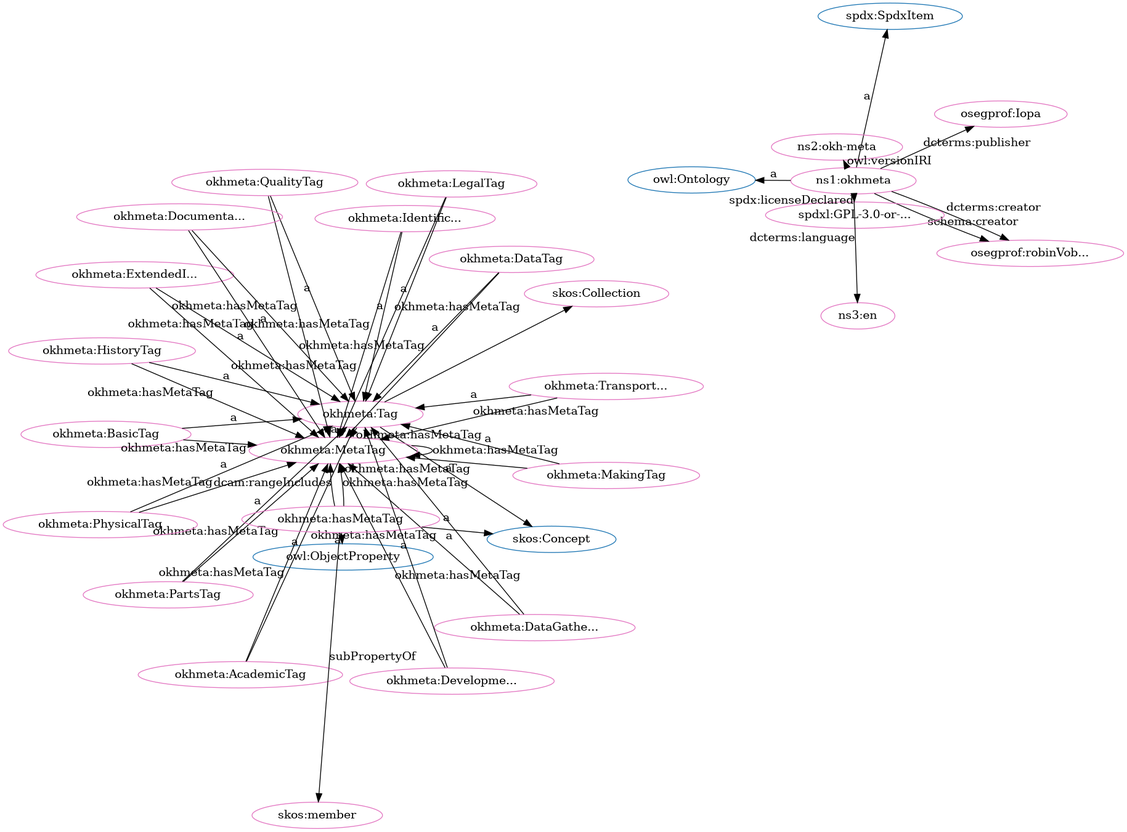
Above: src/spec/fdp_okh-meta.png in iop-alliance/OpenKnowHow (Graphviz), before the change. Its source is kept beside it as src/spec/fdp_okh-meta.dot.
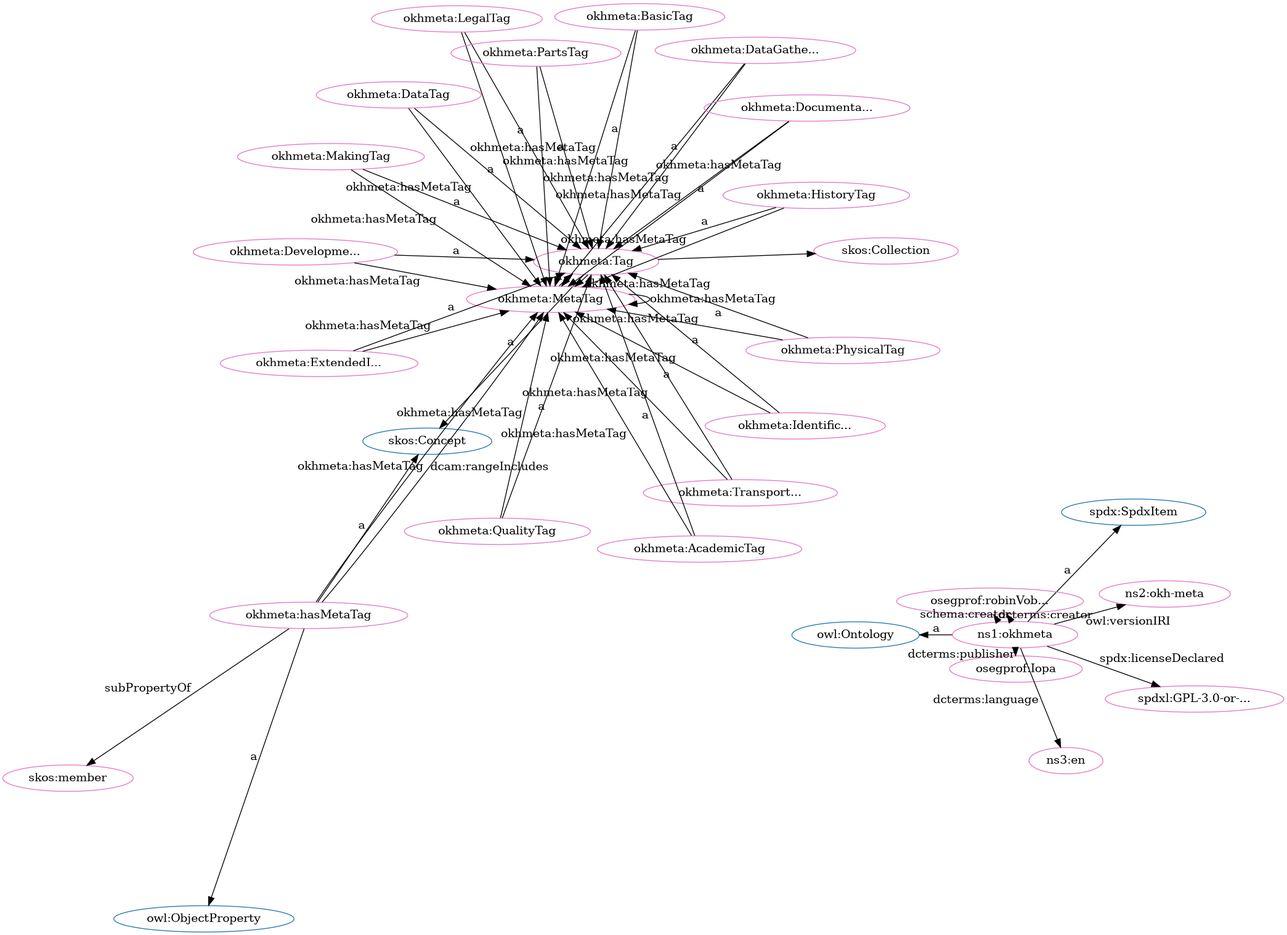
The same file after the commit.

Diff of the diagram source:
```diff
@@ -1,84 +1,84 @@
 digraph G {
   rankdir=BT
   node[height=.3]
-"http://w3id.org/oseg/ont/okhmeta#Tag" [fillcolor="#1f77b4" color="#1f77b4" label="okhmeta:Tag"]
+"http://www.w3.org/2004/02/skos/core#Collection" [fillcolor="#1f77b4" color="#1f77b4" label="skos:Collection"]
+"http://www.w3.org/2004/02/skos/core#Concept" [fillcolor="#1f77b4" color="#1f77b4" label="skos:Concept"]
 "http://www.w3.org/2002/07/owl#Ontology" [fillcolor="#1f77b4" color="#1f77b4" label="owl:Ontology"]
 "http://spdx.org/rdf/terms#SpdxItem" [fillcolor="#1f77b4" color="#1f77b4" label="spdx:SpdxItem"]
-"http://www.w3.org/2004/02/skos/core#Concept" [fillcolor="#1f77b4" color="#1f77b4" label="skos:Concept"]
 "http://www.w3.org/2002/07/owl#ObjectProperty" [fillcolor="#1f77b4" color="#1f77b4" label="owl:ObjectProperty"]
-"http://www.w3.org/2004/02/skos/core#Collection" [fillcolor="#1f77b4" color="#1f77b4" label="skos:Collection"]
-"http://w3id.org/oseg/ont/okhmeta#DataTag" [fillcolor="#e377c2" color="#e377c2" label="okhmeta:DataTag"]
+"http://w3id.org/oseg/ont/okhmeta#Tag" [fillcolor="#1f77b4" color="#1f77b4" label="okhmeta:Tag"]
+"http://w3id.org/oseg/ont/okhmeta#HistoryTag" [fillcolor="#e377c2" color="#e377c2" label="okhmeta:HistoryTag"]
+"http://w3id.org/oseg/ont/okhmeta#TransportationTag" [fillcolor="#e377c2" color="#e377c2" label="okhmeta:Transport..."]
+"http://w3id.org/oseg/ont/okhmeta#MakingTag" [fillcolor="#e377c2" color="#e377c2" label="okhmeta:MakingTag"]
 "http://w3id.org/oseg/ont/okhmeta#MetaTag" [fillcolor="#e377c2" color="#e377c2" label="okhmeta:MetaTag"]
 "http://w3id.org/oseg/ont/okhmeta" [fillcolor="#e377c2" color="#e377c2" label="ns1:okhmeta"]
-"http://w3id.org/oseg/ont/okhmeta#HistoryTag" [fillcolor="#e377c2" color="#e377c2" label="okhmeta:HistoryTag"]
+"http://w3id.org/oseg/ont/okhmeta#ExtendedInfoTag" [fillcolor="#e377c2" color="#e377c2" label="okhmeta:ExtendedI..."]
+"http://w3id.org/oseg/ont/okhmeta#AcademicTag" [fillcolor="#e377c2" color="#e377c2" label="okhmeta:AcademicTag"]
+"http://w3id.org/oseg/ont/okhmeta#QualityTag" [fillcolor="#e377c2" color="#e377c2" label="okhmeta:QualityTag"]
+"http://w3id.org/oseg/ont/okhmeta#DataTag" [fillcolor="#e377c2" color="#e377c2" label="okhmeta:DataTag"]
+"http://w3id.org/oseg/ont/oseg-profiles#robinVobruba" [fillcolor="#e377c2" color="#e377c2" label="osegprof:robinVob..."]
+"http://w3id.org/oseg/ont/okhmeta#PhysicalTag" [fillcolor="#e377c2" color="#e377c2" label="okhmeta:PhysicalTag"]
+"http://w3id.org/oseg/ont/okhmeta#DevelopmentTag" [fillcolor="#e377c2" color="#e377c2" label="okhmeta:Developme..."]
+"http://w3id.org/oseg/ont/okhmeta#LegalTag" [fillcolor="#e377c2" color="#e377c2" label="okhmeta:LegalTag"]
 "http://w3id.org/oseg/ont/okhmeta#DataGatheringTag" [fillcolor="#e377c2" color="#e377c2" label="okhmeta:DataGathe..."]
-"http://w3id.org/oseg/ont/okhmeta#PartsTag" [fillcolor="#e377c2" color="#e377c2" label="okhmeta:PartsTag"]
-"http://w3id.org/oseg/ont/okhmeta#AcademicTag" [fillcolor="#e377c2" color="#e377c2" label="okhmeta:AcademicTag"]
-"http://w3id.org/oseg/ont/okhmeta#hasMetaTag" [fillcolor="#e377c2" color="#e377c2" label="okhmeta:hasMetaTag"]
-"http://w3id.org/oseg/ont/okhmeta#QualityTag" [fillcolor="#e377c2" color="#e377c2" label="okhmeta:QualityTag"]
-"http://w3id.org/oseg/ont/1.1.0/okh-meta" [fillcolor="#e377c2" color="#e377c2" label="ns2:okh-meta"]
-"http://w3id.org/oseg/ont/okhmeta#DevelopmentTag" [fillcolor="#e377c2" color="#e377c2" label="okhmeta:Developme..."]
 "http://w3id.org/oseg/ont/okhmeta#Tag" [fillcolor="#e377c2" color="#e377c2" label="okhmeta:Tag"]
-"http://w3id.org/oseg/ont/oseg-profiles#robinVobruba" [fillcolor="#e377c2" color="#e377c2" label="osegprof:robinVob..."]
 "http://www.w3.org/2004/02/skos/core#Collection" [fillcolor="#e377c2" color="#e377c2" label="skos:Collection"]
 "http://w3id.org/oseg/ont/okhmeta#IdentificationTag" [fillcolor="#e377c2" color="#e377c2" label="okhmeta:Identific..."]
+"http://spdx.org/licenses/GPL-3.0-or-later" [fillcolor="#e377c2" color="#e377c2" label="spdxl:GPL-3.0-or-..."]
+"http://w3id.org/oseg/ont/okhmeta#DocumentationTag" [fillcolor="#e377c2" color="#e377c2" label="okhmeta:Documenta..."]
+"http://w3id.org/oseg/ont/1.1.0/okh-meta" [fillcolor="#e377c2" color="#e377c2" label="ns2:okh-meta"]
+"http://w3id.org/oseg/ont/okhmeta#hasMetaTag" [fillcolor="#e377c2" color="#e377c2" label="okhmeta:hasMetaTag"]
 "http://w3id.org/oseg/ont/okhmeta#BasicTag" [fillcolor="#e377c2" color="#e377c2" label="okhmeta:BasicTag"]
-"http://w3id.org/oseg/ont/okhmeta#MakingTag" [fillcolor="#e377c2" color="#e377c2" label="okhmeta:MakingTag"]
 "http://w3id.org/oseg/ont/oseg-profiles#Iopa" [fillcolor="#e377c2" color="#e377c2" label="osegprof:Iopa"]
-"http://w3id.org/oseg/ont/okhmeta#TransportationTag" [fillcolor="#e377c2" color="#e377c2" label="okhmeta:Transport..."]
+"http://id.loc.gov/vocabulary/iso639-1/en" [fillcolor="#e377c2" color="#e377c2" label="ns3:en"]
 "http://www.w3.org/2004/02/skos/core#member" [fillcolor="#e377c2" color="#e377c2" label="skos:member"]
-"http://spdx.org/licenses/GPL-3.0-or-later" [fillcolor="#e377c2" color="#e377c2" label="spdxl:GPL-3.0-or-..."]
-"http://w3id.org/oseg/ont/okhmeta#PhysicalTag" [fillcolor="#e377c2" color="#e377c2" label="okhmeta:PhysicalTag"]
-"http://w3id.org/oseg/ont/okhmeta#ExtendedInfoTag" [fillcolor="#e377c2" color="#e377c2" label="okhmeta:ExtendedI..."]
-"http://w3id.org/oseg/ont/okhmeta#LegalTag" [fillcolor="#e377c2" color="#e377c2" label="okhmeta:LegalTag"]
-"http://w3id.org/oseg/ont/okhmeta#DocumentationTag" [fillcolor="#e377c2" color="#e377c2" label="okhmeta:Documenta..."]
-"http://id.loc.gov/vocabulary/iso639-1/en" [fillcolor="#e377c2" color="#e377c2" label="ns3:en"]
+"http://w3id.org/oseg/ont/okhmeta#PartsTag" [fillcolor="#e377c2" color="#e377c2" label="okhmeta:PartsTag"]
+  "http://w3id.org/oseg/ont/okhmeta#HistoryTag" -> "http://w3id.org/oseg/ont/okhmeta#Tag" [label="a"]
+  "http://w3id.org/oseg/ont/okhmeta#TransportationTag" -> "http://w3id.org/oseg/ont/okhmeta#Tag" [label="a"]
+  "http://w3id.org/oseg/ont/okhmeta#MakingTag" -> "http://w3id.org/oseg/ont/okhmeta#Tag" [label="a"]
+  "http://w3id.org/oseg/ont/okhmeta#HistoryTag" -> "http://w3id.org/oseg/ont/okhmeta#MetaTag" [label="okhmeta:hasMetaTag"]
   "http://w3id.org/oseg/ont/okhmeta" -> "http://www.w3.org/2002/07/owl#Ontology" [label="a"]
-  "http://w3id.org/oseg/ont/okhmeta#DataGatheringTag" -> "http://w3id.org/oseg/ont/okhmeta#Tag" [label="a"]
-  "http://w3id.org/oseg/ont/okhmeta#ExtendedInfoTag" -> "http://w3id.org/oseg/ont/okhmeta#MetaTag" [label="okhmeta:hasMetaTag"]
-  "http://w3id.org/oseg/ont/okhmeta#PartsTag" -> "http://w3id.org/oseg/ont/okhmeta#Tag" [label="a"]
+  "http://w3id.org/oseg/ont/okhmeta#AcademicTag" -> "http://w3id.org/oseg/ont/okhmeta#Tag" [label="a"]
   "http://w3id.org/oseg/ont/okhmeta#QualityTag" -> "http://w3id.org/oseg/ont/okhmeta#Tag" [label="a"]
+  "http://w3id.org/oseg/ont/okhmeta#LegalTag" -> "http://w3id.org/oseg/ont/okhmeta#MetaTag" [label="okhmeta:hasMetaTag"]
+  "http://w3id.org/oseg/ont/okhmeta#DataTag" -> "http://w3id.org/oseg/ont/okhmeta#Tag" [label="a"]
+  "http://w3id.org/oseg/ont/okhmeta#AcademicTag" -> "http://w3id.org/oseg/ont/okhmeta#MetaTag" [label="okhmeta:hasMetaTag"]
+  "http://w3id.org/oseg/ont/okhmeta#DataGatheringTag" -> "http://w3id.org/oseg/ont/okhmeta#MetaTag" [label="okhmeta:hasMetaTag"]
+  "http://w3id.org/oseg/ont/okhmeta#QualityTag" -> "http://w3id.org/oseg/ont/okhmeta#MetaTag" [label="okhmeta:hasMetaTag"]
+  "http://w3id.org/oseg/ont/okhmeta#PhysicalTag" -> "http://w3id.org/oseg/ont/okhmeta#Tag" [label="a"]
   "http://w3id.org/oseg/ont/okhmeta#IdentificationTag" -> "http://w3id.org/oseg/ont/okhmeta#MetaTag" [label="okhmeta:hasMetaTag"]
-  "http://w3id.org/oseg/ont/okhmeta#hasMetaTag" -> "http://www.w3.org/2002/07/owl#ObjectProperty" [label="a"]
-  "http://w3id.org/oseg/ont/okhmeta#AcademicTag" -> "http://w3id.org/oseg/ont/okhmeta#Tag" [label="a"]
-  "http://w3id.org/oseg/ont/okhmeta" -> "http://w3id.org/oseg/ont/1.1.0/okh-meta" [label="owl:versionIRI"]
-  "http://w3id.org/oseg/ont/okhmeta" -> "http://w3id.org/oseg/ont/oseg-profiles#robinVobruba" [label="dcterms:creator"]
-  "http://w3id.org/oseg/ont/okhmeta#Tag" -> "http://www.w3.org/2004/02/skos/core#Collection" [label=""]
-  "http://w3id.org/oseg/ont/okhmeta#IdentificationTag" -> "http://w3id.org/oseg/ont/okhmeta#Tag" [label="a"]
-  "http://w3id.org/oseg/ont/okhmeta#BasicTag" -> "http://w3id.org/oseg/ont/okhmeta#Tag" [label="a"]
-  "http://w3id.org/oseg/ont/okhmeta#hasMetaTag" -> "http://w3id.org/oseg/ont/okhmeta#MetaTag" [label="dcam:rangeIncludes"]
-  "http://w3id.org/oseg/ont/okhmeta#LegalTag" -> "http://w3id.org/oseg/ont/okhmeta#MetaTag" [label="okhmeta:hasMetaTag"]
-  "http://w3id.org/oseg/ont/okhmeta" -> "http://w3id.org/oseg/ont/oseg-profiles#Iopa" [label="dcterms:publisher"]
-  "http://w3id.org/oseg/ont/okhmeta#DocumentationTag" -> "http://w3id.org/oseg/ont/okhmeta#MetaTag" [label="okhmeta:hasMetaTag"]
-  "http://w3id.org/oseg/ont/okhmeta#MakingTag" -> "http://w3id.org/oseg/ont/okhmeta#MetaTag" [label="okhmeta:hasMetaTag"]
-  "http://w3id.org/oseg/ont/okhmeta#DataTag" -> "http://w3id.org/oseg/ont/okhmeta#MetaTag" [label="okhmeta:hasMetaTag"]
-  "http://w3id.org/oseg/ont/okhmeta" -> "http://spdx.org/licenses/GPL-3.0-or-later" [label="spdx:licenseDeclared"]
-  "http://w3id.org/oseg/ont/okhmeta#HistoryTag" -> "http://w3id.org/oseg/ont/okhmeta#MetaTag" [label="okhmeta:hasMetaTag"]
-  "http://w3id.org/oseg/ont/okhmeta#ExtendedInfoTag" -> "http://w3id.org/oseg/ont/okhmeta#Tag" [label="a"]
-  "http://w3id.org/oseg/ont/okhmeta#DevelopmentTag" -> "http://w3id.org/oseg/ont/okhmeta#MetaTag" [label="okhmeta:hasMetaTag"]
-  "http://w3id.org/oseg/ont/okhmeta#LegalTag" -> "http://w3id.org/oseg/ont/okhmeta#Tag" [label="a"]
-  "http://w3id.org/oseg/ont/okhmeta" -> "http://w3id.org/oseg/ont/oseg-profiles#robinVobruba" [label="schema:creator"]
-  "http://w3id.org/oseg/ont/okhmeta#DocumentationTag" -> "http://w3id.org/oseg/ont/okhmeta#Tag" [label="a"]
-  "http://w3id.org/oseg/ont/okhmeta" -> "http://id.loc.gov/vocabulary/iso639-1/en" [label="dcterms:language"]
-  "http://w3id.org/oseg/ont/okhmeta#PhysicalTag" -> "http://w3id.org/oseg/ont/okhmeta#MetaTag" [label="okhmeta:hasMetaTag"]
-  "http://w3id.org/oseg/ont/okhmeta#DataTag" -> "http://w3id.org/oseg/ont/okhmeta#Tag" [label="a"]
-  "http://w3id.org/oseg/ont/okhmeta#HistoryTag" -> "http://w3id.org/oseg/ont/okhmeta#Tag" [label="a"]
-  "http://w3id.org/oseg/ont/okhmeta" -> "http://spdx.org/rdf/terms#SpdxItem" [label="a"]
-  "http://w3id.org/oseg/ont/okhmeta#Tag" -> "http://w3id.org/oseg/ont/okhmeta#MetaTag" [label="okhmeta:hasMetaTag"]
   "http://w3id.org/oseg/ont/okhmeta#hasMetaTag" -> "http://w3id.org/oseg/ont/okhmeta#MetaTag" [label="okhmeta:hasMetaTag"]
   "http://w3id.org/oseg/ont/okhmeta#DevelopmentTag" -> "http://w3id.org/oseg/ont/okhmeta#Tag" [label="a"]
+  "http://w3id.org/oseg/ont/okhmeta#PhysicalTag" -> "http://w3id.org/oseg/ont/okhmeta#MetaTag" [label="okhmeta:hasMetaTag"]
+  "http://w3id.org/oseg/ont/okhmeta#BasicTag" -> "http://w3id.org/oseg/ont/okhmeta#MetaTag" [label="okhmeta:hasMetaTag"]
+  "http://w3id.org/oseg/ont/okhmeta#DevelopmentTag" -> "http://w3id.org/oseg/ont/okhmeta#MetaTag" [label="okhmeta:hasMetaTag"]
+  "http://w3id.org/oseg/ont/okhmeta#MetaTag" -> "http://w3id.org/oseg/ont/okhmeta#Tag" [label="a"]
+  "http://w3id.org/oseg/ont/okhmeta#MakingTag" -> "http://w3id.org/oseg/ont/okhmeta#MetaTag" [label="okhmeta:hasMetaTag"]
+  "http://w3id.org/oseg/ont/okhmeta" -> "http://spdx.org/licenses/GPL-3.0-or-later" [label="spdx:licenseDeclared"]
+  "http://w3id.org/oseg/ont/okhmeta#DocumentationTag" -> "http://w3id.org/oseg/ont/okhmeta#Tag" [label="a"]
+  "http://w3id.org/oseg/ont/okhmeta" -> "http://spdx.org/rdf/terms#SpdxItem" [label="a"]
+  "http://w3id.org/oseg/ont/okhmeta#hasMetaTag" -> "http://www.w3.org/2004/02/skos/core#member" [label="subPropertyOf"]
+  "http://w3id.org/oseg/ont/okhmeta#hasMetaTag" -> "http://www.w3.org/2004/02/skos/core#Concept" [label="a"]
+  "http://w3id.org/oseg/ont/okhmeta#PartsTag" -> "http://w3id.org/oseg/ont/okhmeta#Tag" [label="a"]
+  "http://w3id.org/oseg/ont/okhmeta" -> "http://w3id.org/oseg/ont/oseg-profiles#robinVobruba" [label="dcterms:creator"]
+  "http://w3id.org/oseg/ont/okhmeta#TransportationTag" -> "http://w3id.org/oseg/ont/okhmeta#MetaTag" [label="okhmeta:hasMetaTag"]
+  "http://w3id.org/oseg/ont/okhmeta#hasMetaTag" -> "http://w3id.org/oseg/ont/okhmeta#MetaTag" [label="dcam:rangeIncludes"]
+  "http://w3id.org/oseg/ont/okhmeta#ExtendedInfoTag" -> "http://w3id.org/oseg/ont/okhmeta#Tag" [label="a"]
+  "http://w3id.org/oseg/ont/okhmeta" -> "http://w3id.org/oseg/ont/oseg-profiles#robinVobruba" [label="schema:creator"]
+  "http://w3id.org/oseg/ont/okhmeta#MetaTag" -> "http://w3id.org/oseg/ont/okhmeta#MetaTag" [label="okhmeta:hasMetaTag"]
+  "http://w3id.org/oseg/ont/okhmeta#DataTag" -> "http://w3id.org/oseg/ont/okhmeta#MetaTag" [label="okhmeta:hasMetaTag"]
+  "http://w3id.org/oseg/ont/okhmeta#DocumentationTag" -> "http://w3id.org/oseg/ont/okhmeta#MetaTag" [label="okhmeta:hasMetaTag"]
+  "http://w3id.org/oseg/ont/okhmeta#LegalTag" -> "http://w3id.org/oseg/ont/okhmeta#Tag" [label="a"]
+  "http://w3id.org/oseg/ont/okhmeta#PartsTag" -> "http://w3id.org/oseg/ont/okhmeta#MetaTag" [label="okhmeta:hasMetaTag"]
+  "http://w3id.org/oseg/ont/okhmeta#DataGatheringTag" -> "http://w3id.org/oseg/ont/okhmeta#Tag" [label="a"]
   "http://w3id.org/oseg/ont/okhmeta#Tag" -> "http://www.w3.org/2004/02/skos/core#Concept" [label="a"]
-  "http://w3id.org/oseg/ont/okhmeta#PartsTag" -> "http://w3id.org/oseg/ont/okhmeta#MetaTag" [label="okhmeta:hasMetaTag"]
-  "http://w3id.org/oseg/ont/okhmeta#TransportationTag" -> "http://w3id.org/oseg/ont/okhmeta#MetaTag" [label="okhmeta:hasMetaTag"]
-  "http://w3id.org/oseg/ont/okhmeta#AcademicTag" -> "http://w3id.org/oseg/ont/okhmeta#MetaTag" [label="okhmeta:hasMetaTag"]
-  "http://w3id.org/oseg/ont/okhmeta#QualityTag" -> "http://w3id.org/oseg/ont/okhmeta#MetaTag" [label="okhmeta:hasMetaTag"]
-  "http://w3id.org/oseg/ont/okhmeta#MakingTag" -> "http://w3id.org/oseg/ont/okhmeta#Tag" [label="a"]
-  "http://w3id.org/oseg/ont/okhmeta#BasicTag" -> "http://w3id.org/oseg/ont/okhmeta#MetaTag" [label="okhmeta:hasMetaTag"]
-  "http://w3id.org/oseg/ont/okhmeta#hasMetaTag" -> "http://www.w3.org/2004/02/skos/core#Concept" [label="a"]
-  "http://w3id.org/oseg/ont/okhmeta#TransportationTag" -> "http://w3id.org/oseg/ont/okhmeta#Tag" [label="a"]
-  "http://w3id.org/oseg/ont/okhmeta#hasMetaTag" -> "http://www.w3.org/2004/02/skos/core#member" [label="subPropertyOf"]
-  "http://w3id.org/oseg/ont/okhmeta#MetaTag" -> "http://w3id.org/oseg/ont/okhmeta#MetaTag" [label="okhmeta:hasMetaTag"]
-  "http://w3id.org/oseg/ont/okhmeta#PhysicalTag" -> "http://w3id.org/oseg/ont/okhmeta#Tag" [label="a"]
-  "http://w3id.org/oseg/ont/okhmeta#DataGatheringTag" -> "http://w3id.org/oseg/ont/okhmeta#MetaTag" [label="okhmeta:hasMetaTag"]
-  "http://w3id.org/oseg/ont/okhmeta#MetaTag" -> "http://w3id.org/oseg/ont/okhmeta#Tag" [label="a"]
+  "http://w3id.org/oseg/ont/okhmeta#IdentificationTag" -> "http://w3id.org/oseg/ont/okhmeta#Tag" [label="a"]
+  "http://w3id.org/oseg/ont/okhmeta#Tag" -> "http://www.w3.org/2004/02/skos/core#Collection" [label=""]
+  "http://w3id.org/oseg/ont/okhmeta#Tag" -> "http://w3id.org/oseg/ont/okhmeta#MetaTag" [label="okhmeta:hasMetaTag"]
+  "http://w3id.org/oseg/ont/okhmeta#ExtendedInfoTag" -> "http://w3id.org/oseg/ont/okhmeta#MetaTag" [label="okhmeta:hasMetaTag"]
+  "http://w3id.org/oseg/ont/okhmeta" -> "http://w3id.org/oseg/ont/1.1.0/okh-meta" [label="owl:versionIRI"]
+  "http://w3id.org/oseg/ont/okhmeta#hasMetaTag" -> "http://www.w3.org/2002/07/owl#ObjectProperty" [label="a"]
+  "http://w3id.org/oseg/ont/okhmeta#BasicTag" -> "http://w3id.org/oseg/ont/okhmeta#Tag" [label="a"]
+  "http://w3id.org/oseg/ont/okhmeta" -> "http://w3id.org/oseg/ont/oseg-profiles#Iopa" [label="dcterms:publisher"]
+  "http://w3id.org/oseg/ont/okhmeta" -> "http://id.loc.gov/vocabulary/iso639-1/en" [label="dcterms:language"]
 }
```
